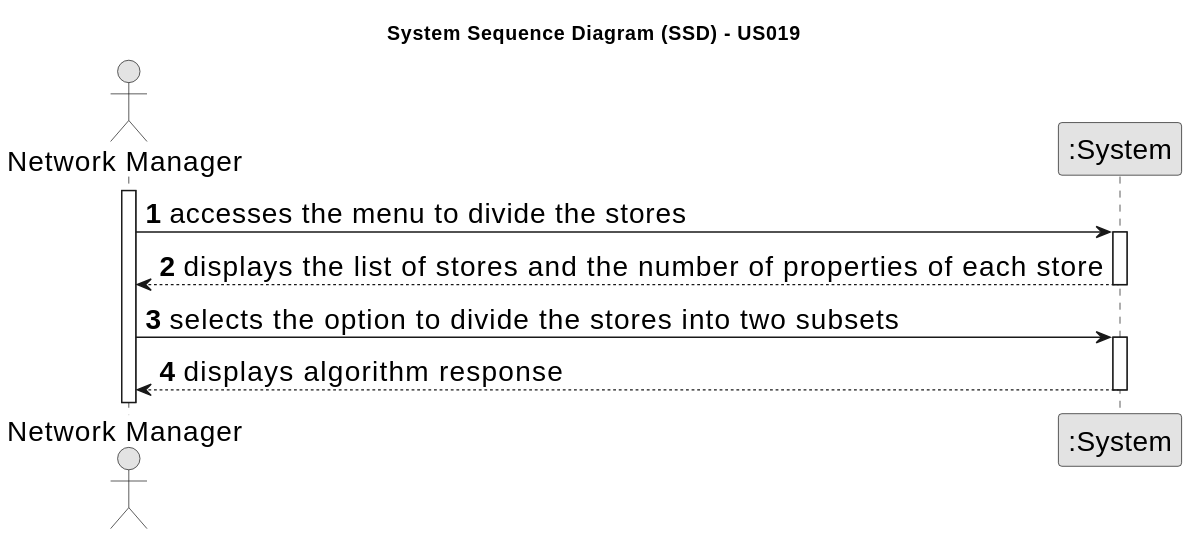
The PlantUML diagram docs/sprintD/us019/01.requirements-engineering/svg/us019-system-sequence-diagram.svg in Goncalves2525/real-estate-management-system, before a commit. Source of this version:
```plantuml
@startuml
skinparamlocked defaultFontSize 20
skinparam monochrome true
skinparam packageStyle rectangle
skinparam shadowing false

title System Sequence Diagram (SSD) - US019

autonumber

actor "Network Manager" as Manager
participant ":System" as System

activate Manager

    Manager -> System : accesses the menu to divide the stores
    activate System

    System --> Manager : displays the list of stores and the number of properties of each store
    deactivate System

    Manager -> System : selects the option to divide the stores into two subsets
    activate System

    System --> Manager : displays algorithm response
    deactivate System
@enduml
```
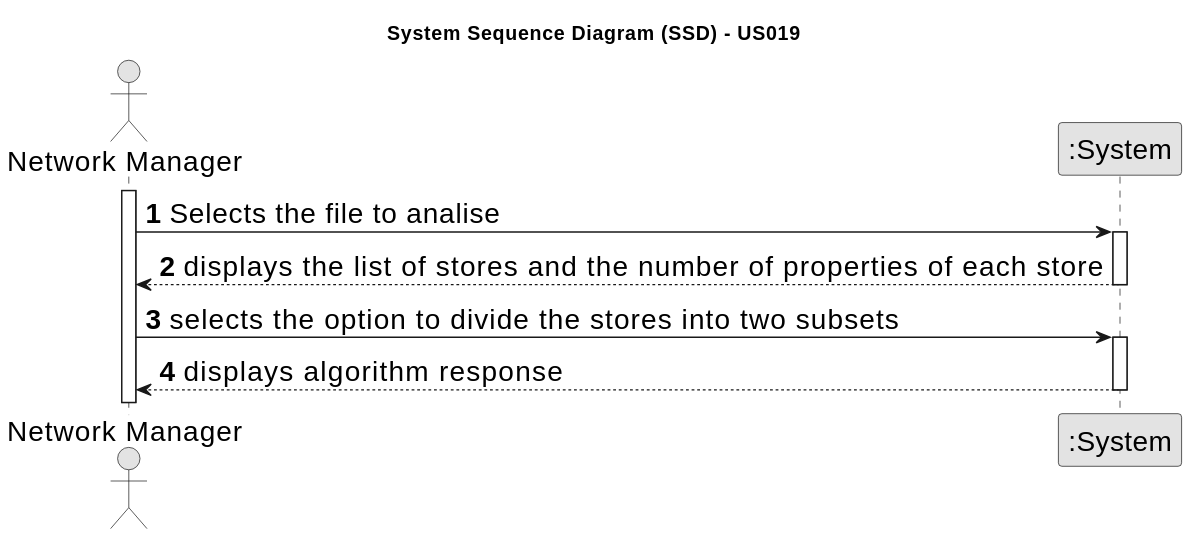
After the commit.

The edit, as a diff of the source:
```diff
@@ -13,7 +13,7 @@
 
 activate Manager
 
-    Manager -> System : accesses the menu to divide the stores
+    Manager -> System : Selects the file to analise
     activate System
 
     System --> Manager : displays the list of stores and the number of properties of each store
```
